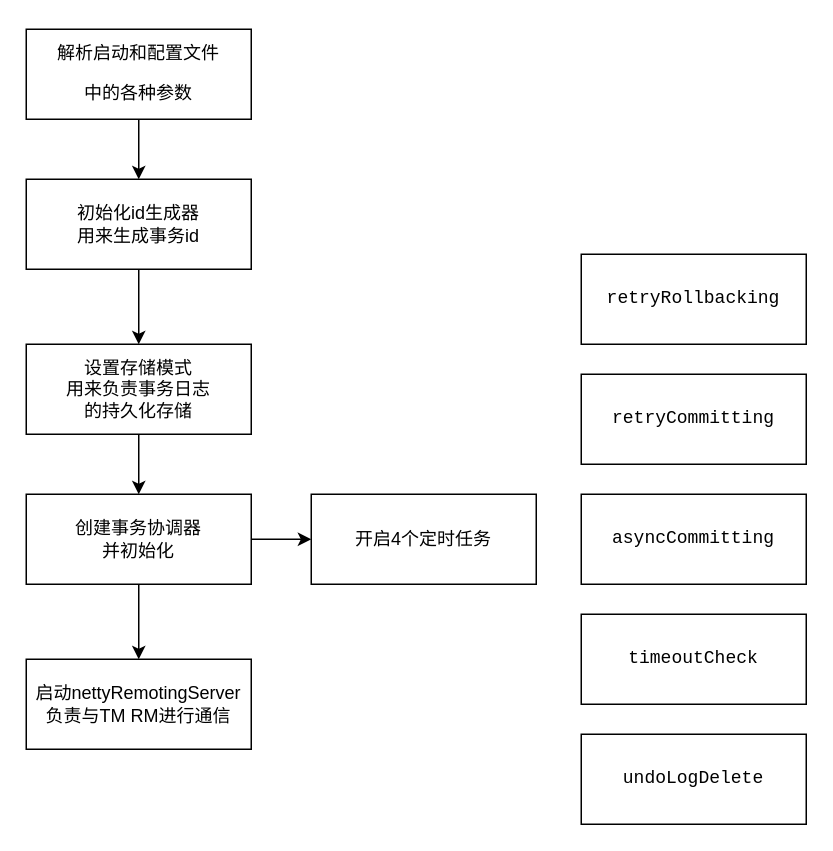
Earlier version of the draw.io diagram seata/seata server启动流程.drawio (erlieStar/diagrams). Source tidied: cells renumbered, new cells numbered last; positions are measured from the earlier drawing's top-left corner, leaving out a move shared by most shapes. Both pictures are drawn from the tidied source at 150%, with x=0, y=0 at pixel (26, 28).
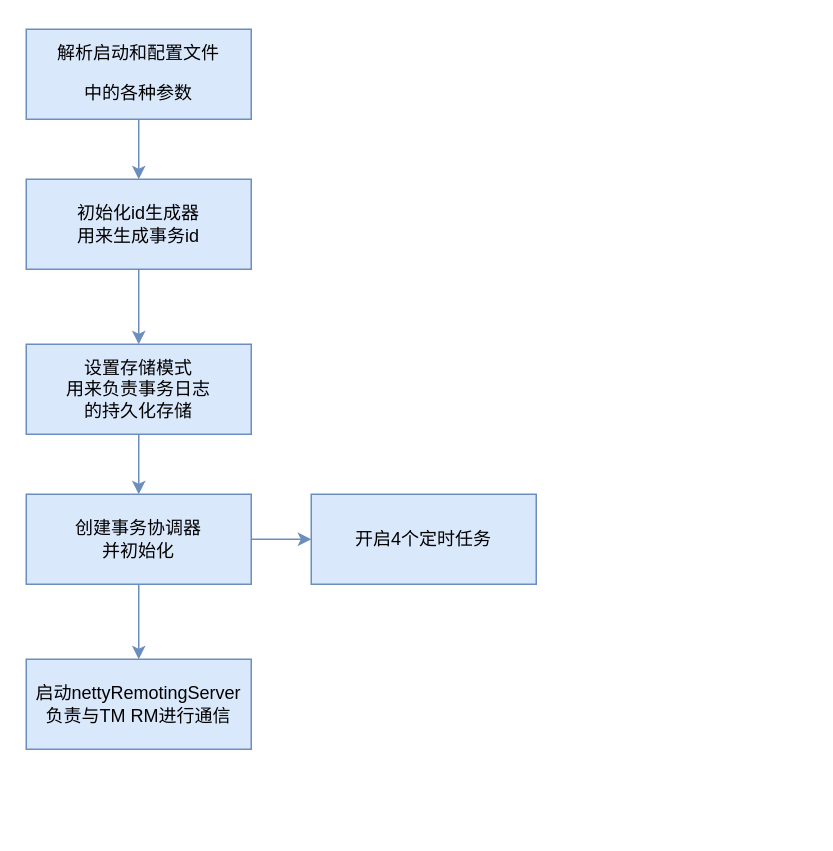
The same diagram, later.

The edit, as a diff of the source:
```diff
@@
 <mxGraphModel>
   <root>
     <mxCell id="0" />
     <mxCell id="1" parent="0" />
-    <mxCell id="2" style="edgeStyle=orthogonalEdgeStyle;rounded=0;jettySize=auto;html=1;" parent="1" edge="1" source="3" target="5">
+    <mxCell id="2" style="edgeStyle=orthogonalEdgeStyle;rounded=0;jettySize=auto;html=1;fillColor=#dae8fc;strokeColor=#6c8ebf;" parent="1" edge="1" source="3" target="5">
       <mxGeometry relative="1" as="geometry" />
     </mxCell>
-    <mxCell id="3" value="&lt;pre&gt;解析启动和配置文件&lt;/pre&gt;&lt;pre&gt;中的各种参数&lt;/pre&gt;" style="rounded=0;whiteSpace=wrap;html=1;" parent="1" vertex="1">
+    <mxCell id="3" value="&lt;pre&gt;解析启动和配置文件&lt;/pre&gt;&lt;pre&gt;中的各种参数&lt;/pre&gt;" style="rounded=0;whiteSpace=wrap;html=1;fillColor=#dae8fc;strokeColor=#6c8ebf;" parent="1" vertex="1">
       <mxGeometry width="150" height="60" as="geometry" />
     </mxCell>
-    <mxCell id="4" style="edgeStyle=orthogonalEdgeStyle;rounded=0;jettySize=auto;html=1;" parent="1" edge="1" source="5" target="7">
+    <mxCell id="4" style="edgeStyle=orthogonalEdgeStyle;rounded=0;jettySize=auto;html=1;fillColor=#dae8fc;strokeColor=#6c8ebf;" parent="1" edge="1" source="5" target="7">
       <mxGeometry relative="1" as="geometry" />
     </mxCell>
-    <mxCell id="5" value="初始化id生成器&lt;br&gt;用来生成事务id" style="rounded=0;whiteSpace=wrap;html=1;" parent="1" vertex="1">
+    <mxCell id="5" value="初始化id生成器&lt;br&gt;用来生成事务id" style="rounded=0;whiteSpace=wrap;html=1;fillColor=#dae8fc;strokeColor=#6c8ebf;" parent="1" vertex="1">
       <mxGeometry y="100" width="150" height="60" as="geometry" />
     </mxCell>
-    <mxCell id="6" style="edgeStyle=orthogonalEdgeStyle;rounded=0;jettySize=auto;html=1;" parent="1" edge="1" source="7" target="10">
+    <mxCell id="6" style="edgeStyle=orthogonalEdgeStyle;rounded=0;jettySize=auto;html=1;fillColor=#dae8fc;strokeColor=#6c8ebf;" parent="1" edge="1" source="7" target="10">
       <mxGeometry relative="1" as="geometry" />
     </mxCell>
-    <mxCell id="7" value="设置存储模式&lt;br&gt;用来负责事务日志&lt;br&gt;的持久化存储" style="rounded=0;whiteSpace=wrap;html=1;" parent="1" vertex="1">
+    <mxCell id="7" value="设置存储模式&lt;br&gt;用来负责事务日志&lt;br&gt;的持久化存储" style="rounded=0;whiteSpace=wrap;html=1;fillColor=#dae8fc;strokeColor=#6c8ebf;" parent="1" vertex="1">
       <mxGeometry y="210" width="150" height="60" as="geometry" />
     </mxCell>
-    <mxCell id="8" style="edgeStyle=orthogonalEdgeStyle;rounded=0;jettySize=auto;html=1;" parent="1" edge="1" source="10" target="11">
+    <mxCell id="8" style="edgeStyle=orthogonalEdgeStyle;rounded=0;jettySize=auto;html=1;fillColor=#dae8fc;strokeColor=#6c8ebf;" parent="1" edge="1" source="10" target="11">
       <mxGeometry relative="1" as="geometry" />
     </mxCell>
-    <mxCell id="9" style="edgeStyle=orthogonalEdgeStyle;rounded=0;jettySize=auto;html=1;" parent="1" edge="1" source="10" target="12">
+    <mxCell id="9" style="edgeStyle=orthogonalEdgeStyle;rounded=0;jettySize=auto;html=1;fillColor=#dae8fc;strokeColor=#6c8ebf;" parent="1" edge="1" source="10" target="12">
       <mxGeometry relative="1" as="geometry" />
     </mxCell>
-    <mxCell id="10" value="创建事务协调器&lt;br&gt;并初始化" style="rounded=0;whiteSpace=wrap;html=1;" parent="1" vertex="1">
+    <mxCell id="10" value="创建事务协调器&lt;br&gt;并初始化" style="rounded=0;whiteSpace=wrap;html=1;fillColor=#dae8fc;strokeColor=#6c8ebf;" parent="1" vertex="1">
       <mxGeometry y="310" width="150" height="60" as="geometry" />
     </mxCell>
-    <mxCell id="11" value="启动nettyRemotingServer&lt;br&gt;负责与TM RM进行通信" style="rounded=0;whiteSpace=wrap;html=1;" parent="1" vertex="1">
+    <mxCell id="11" value="启动nettyRemotingServer&lt;br&gt;负责与TM RM进行通信" style="rounded=0;whiteSpace=wrap;html=1;fillColor=#dae8fc;strokeColor=#6c8ebf;" parent="1" vertex="1">
       <mxGeometry y="420" width="150" height="60" as="geometry" />
     </mxCell>
-    <mxCell id="12" value="开启4个定时任务" style="rounded=0;whiteSpace=wrap;html=1;" parent="1" vertex="1">
+    <mxCell id="12" value="开启4个定时任务" style="rounded=0;whiteSpace=wrap;html=1;fillColor=#dae8fc;strokeColor=#6c8ebf;" parent="1" vertex="1">
       <mxGeometry x="190" y="310" width="150" height="60" as="geometry" />
     </mxCell>
-    <mxCell id="13" value="&lt;pre&gt;retryRollbacking&lt;/pre&gt;" style="rounded=0;whiteSpace=wrap;html=1;" parent="1" vertex="1">
-      <mxGeometry x="370" y="150" width="150" height="60" as="geometry" />
-    </mxCell>
-    <mxCell id="14" value="&lt;pre&gt;retryCommitting&lt;/pre&gt;" style="rounded=0;whiteSpace=wrap;html=1;" parent="1" vertex="1">
-      <mxGeometry x="370" y="230" width="150" height="60" as="geometry" />
-    </mxCell>
-    <mxCell id="15" value="&lt;pre&gt;asyncCommitting&lt;/pre&gt;" style="rounded=0;whiteSpace=wrap;html=1;" parent="1" vertex="1">
-      <mxGeometry x="370" y="310" width="150" height="60" as="geometry" />
-    </mxCell>
-    <mxCell id="16" value="&lt;pre&gt;timeoutCheck&lt;/pre&gt;" style="rounded=0;whiteSpace=wrap;html=1;" parent="1" vertex="1">
-      <mxGeometry x="370" y="390" width="150" height="60" as="geometry" />
-    </mxCell>
-    <mxCell id="17" value="&lt;pre&gt;&lt;pre&gt;undoLogDelete&lt;/pre&gt;&lt;/pre&gt;" style="rounded=0;whiteSpace=wrap;html=1;" parent="1" vertex="1">
-      <mxGeometry x="370" y="470" width="150" height="60" as="geometry" />
-    </mxCell>
   </root>
 </mxGraphModel>
```
